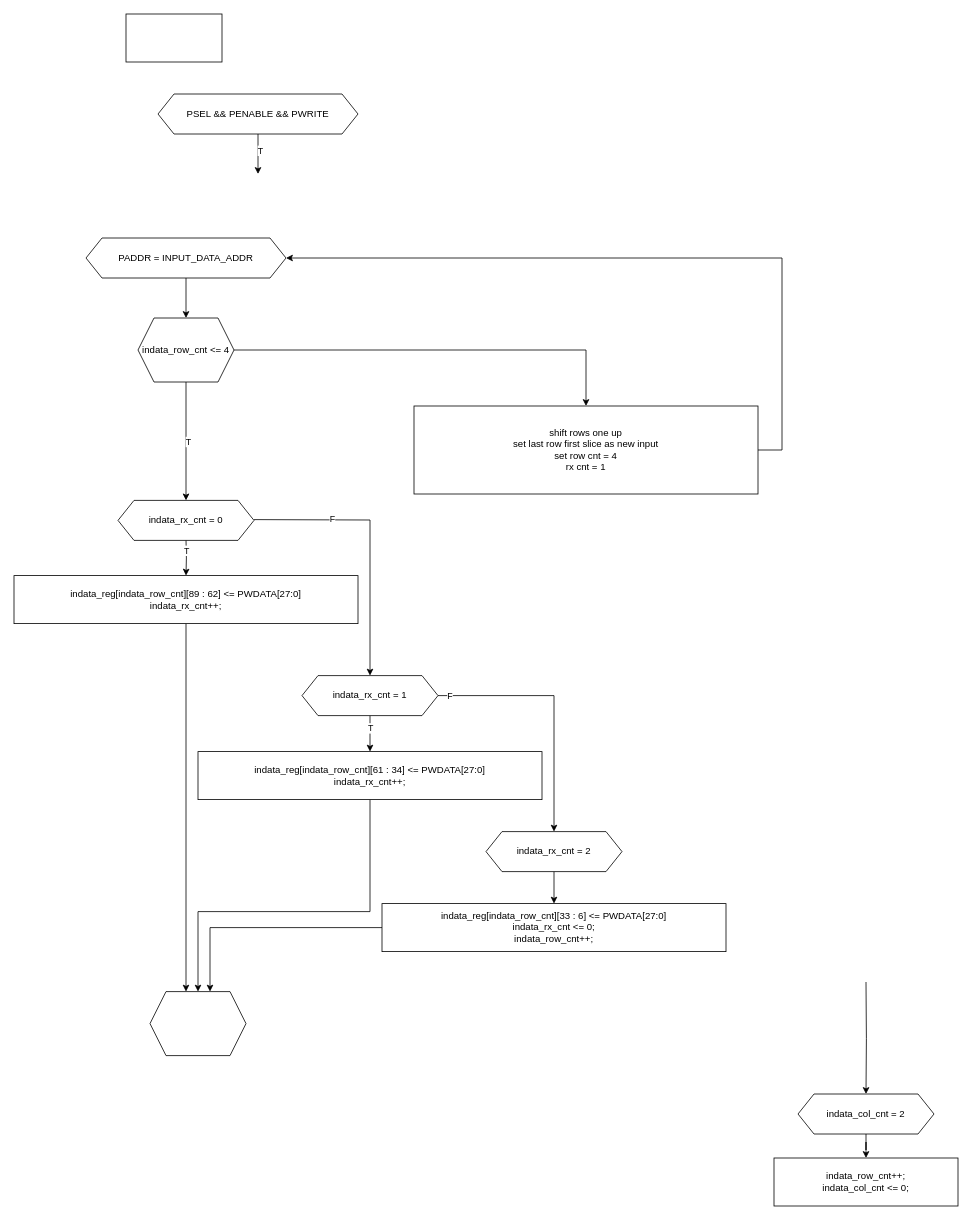
Before: page "APB Input Data Write" (6 of 7) of Diagrams.drawio in thevenus/etin35-pulpino, a draw.io diagram. Source tidied: cells renumbered, new cells numbered last; positions are measured from the earlier drawing's top-left corner, leaving out a move shared by most shapes. Both pictures are drawn from the tidied source at 80%, with x=0, y=0 at pixel (14, 14).
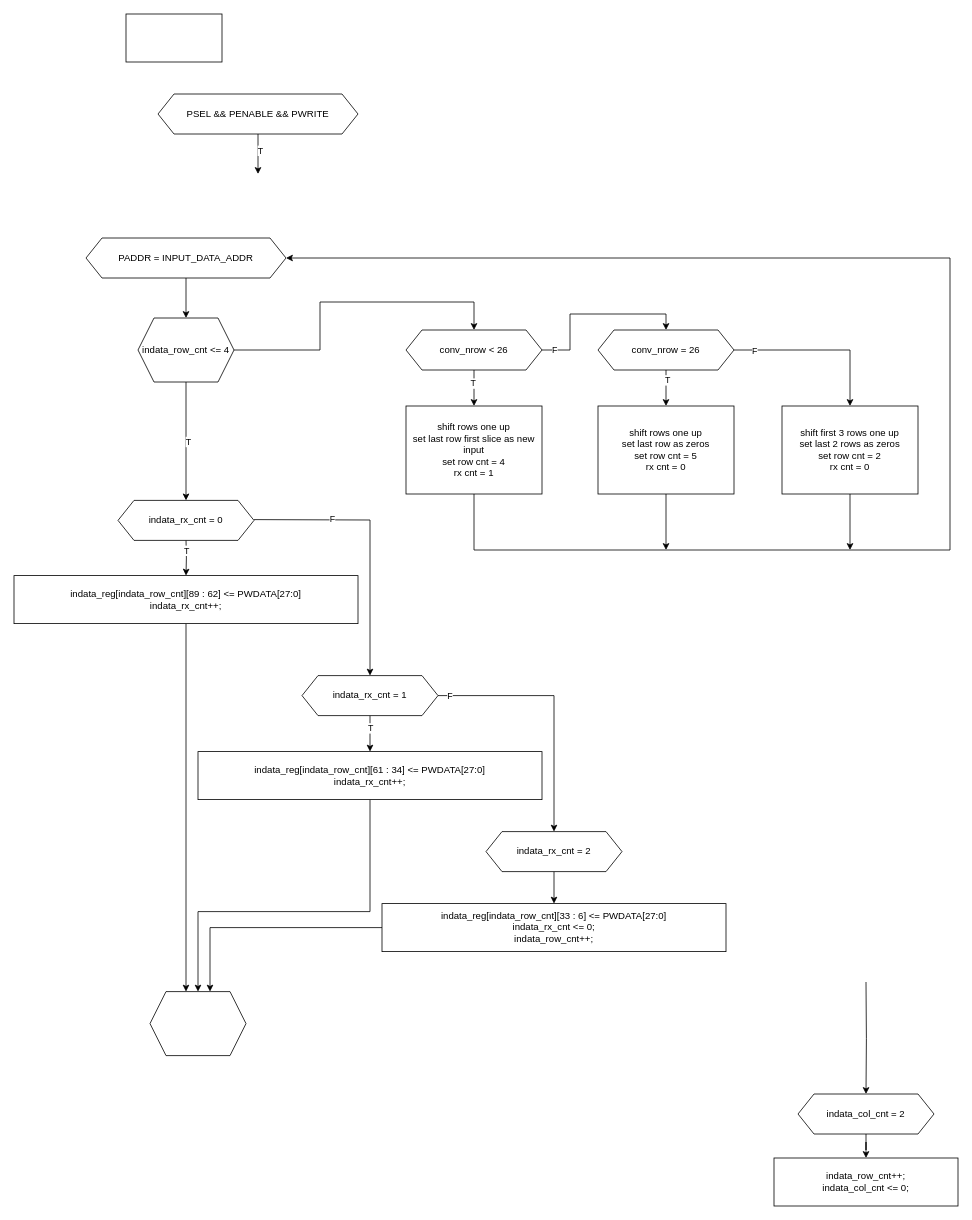
Above is the later version.

Unchanged cells that the change refers to:
```xml
<mxCell id="9" value="PADDR = INPUT_DATA_ADDR" style="shape=hexagon;perimeter=hexagonPerimeter2;whiteSpace=wrap;html=1;fixedSize=1;" parent="1" vertex="1">
  <mxGeometry x="90" y="280" width="250" height="50" as="geometry" />
</mxCell>
<mxCell id="35" value="indata_row_cnt &amp;lt;= 4" style="shape=hexagon;perimeter=hexagonPerimeter2;whiteSpace=wrap;html=1;fixedSize=1;" parent="1" vertex="1">
  <mxGeometry x="155" y="380" width="120" height="80" as="geometry" />
</mxCell>
```

The edit, as a diff of the source:
```diff
@@
-    <mxCell id="34" style="edgeStyle=orthogonalEdgeStyle;rounded=0;jettySize=auto;html=1;entryX=0.5;entryY=0;entryDx=0;entryDy=0;" parent="1" edge="1" source="35" target="37">
-      <mxGeometry relative="1" as="geometry" />
-    </mxCell>
+    <mxCell id="38" style="edgeStyle=orthogonalEdgeStyle;rounded=0;jettySize=auto;html=1;exitX=1;exitY=0.5;exitDx=0;exitDy=0;entryX=0.5;entryY=0;entryDx=0;entryDy=0;" parent="1" edge="1" source="35" target="43">
+      <mxGeometry relative="1" as="geometry" />
+    </mxCell>
@@
     <mxCell id="36" style="edgeStyle=orthogonalEdgeStyle;rounded=0;jettySize=auto;html=1;entryX=1;entryY=0.5;entryDx=0;entryDy=0;" parent="1" edge="1" source="37" target="9">
       <mxGeometry relative="1" as="geometry">
         <Array as="points">
-          <mxPoint x="960" y="545" />
-          <mxPoint x="960" y="305" />
+          <mxPoint x="575" y="670" />
+          <mxPoint x="1170" y="670" />
+          <mxPoint x="1170" y="305" />
         </Array>
       </mxGeometry>
     </mxCell>
     <mxCell id="37" value="&lt;div&gt;shift rows one up&lt;/div&gt;&lt;div&gt;set last row first slice as new input&lt;/div&gt;&lt;div&gt;set row cnt = 4&lt;/div&gt;&lt;div&gt;rx cnt = 1&lt;br&gt;&lt;/div&gt;" style="whiteSpace=wrap;html=1;" parent="1" vertex="1">
-      <mxGeometry x="500" y="490" width="430" height="110" as="geometry" />
+      <mxGeometry x="490" y="490" width="170" height="110" as="geometry" />
     </mxCell>
+    <mxCell id="39" style="edgeStyle=orthogonalEdgeStyle;rounded=0;jettySize=auto;html=1;exitX=0.5;exitY=1;exitDx=0;exitDy=0;entryX=0.5;entryY=0;entryDx=0;entryDy=0;" parent="1" edge="1" source="43" target="37">
+      <mxGeometry relative="1" as="geometry" />
+    </mxCell>
+    <mxCell id="40" value="T" style="edgeLabel;html=1;align=center;verticalAlign=middle;" parent="39" vertex="1">
+      <mxGeometry x="-0.29" y="-2" relative="1" as="geometry" />
+    </mxCell>
+    <mxCell id="41" style="edgeStyle=orthogonalEdgeStyle;rounded=0;jettySize=auto;html=1;exitX=1;exitY=0.5;exitDx=0;exitDy=0;entryX=0.5;entryY=0;entryDx=0;entryDy=0;" parent="1" edge="1" source="43" target="48">
+      <mxGeometry relative="1" as="geometry" />
+    </mxCell>
+    <mxCell id="42" value="F" style="edgeLabel;html=1;align=center;verticalAlign=middle;" parent="41" vertex="1">
+      <mxGeometry x="-0.86" y="1" relative="1" as="geometry" />
+    </mxCell>
+    <mxCell id="43" value="conv_nrow &amp;lt; 26" style="shape=hexagon;perimeter=hexagonPerimeter2;whiteSpace=wrap;html=1;fixedSize=1;" parent="1" vertex="1">
+      <mxGeometry x="490" y="395" width="170" height="50" as="geometry" />
+    </mxCell>
+    <mxCell id="44" style="edgeStyle=orthogonalEdgeStyle;rounded=0;jettySize=auto;html=1;exitX=0.5;exitY=1;exitDx=0;exitDy=0;entryX=0.5;entryY=0;entryDx=0;entryDy=0;" parent="1" edge="1" source="48" target="50">
+      <mxGeometry relative="1" as="geometry" />
+    </mxCell>
+    <mxCell id="45" value="T" style="edgeLabel;html=1;align=center;verticalAlign=middle;" parent="44" vertex="1">
+      <mxGeometry x="-0.47" y="1" relative="1" as="geometry" />
+    </mxCell>
+    <mxCell id="46" style="edgeStyle=orthogonalEdgeStyle;rounded=0;jettySize=auto;html=1;exitX=1;exitY=0.5;exitDx=0;exitDy=0;entryX=0.5;entryY=0;entryDx=0;entryDy=0;" parent="1" edge="1" source="48" target="52">
+      <mxGeometry relative="1" as="geometry" />
+    </mxCell>
+    <mxCell id="47" value="F" style="edgeLabel;html=1;align=center;verticalAlign=middle;" parent="46" vertex="1">
+      <mxGeometry x="-0.77" relative="1" as="geometry" />
+    </mxCell>
+    <mxCell id="48" value="&lt;div&gt;conv_nrow = 26&lt;/div&gt;" style="shape=hexagon;perimeter=hexagonPerimeter2;whiteSpace=wrap;html=1;fixedSize=1;" parent="1" vertex="1">
+      <mxGeometry x="730" y="395" width="170" height="50" as="geometry" />
+    </mxCell>
+    <mxCell id="49" style="edgeStyle=orthogonalEdgeStyle;rounded=0;jettySize=auto;html=1;exitX=0.5;exitY=1;exitDx=0;exitDy=0;" parent="1" edge="1" source="50">
+      <mxGeometry relative="1" as="geometry">
+        <mxPoint x="815" y="670" as="targetPoint" />
+      </mxGeometry>
+    </mxCell>
+    <mxCell id="50" value="&lt;div&gt;shift rows one up&lt;/div&gt;&lt;div&gt;set last row as zeros&lt;br&gt;&lt;/div&gt;&lt;div&gt;set row cnt = 5&lt;br&gt;&lt;/div&gt;&lt;div&gt;rx cnt = 0&lt;br&gt;&lt;/div&gt;" style="whiteSpace=wrap;html=1;" parent="1" vertex="1">
+      <mxGeometry x="730" y="490" width="170" height="110" as="geometry" />
+    </mxCell>
+    <mxCell id="51" style="edgeStyle=orthogonalEdgeStyle;rounded=0;jettySize=auto;html=1;exitX=0.5;exitY=1;exitDx=0;exitDy=0;" parent="1" edge="1" source="52">
+      <mxGeometry relative="1" as="geometry">
+        <mxPoint x="1045" y="670" as="targetPoint" />
+      </mxGeometry>
+    </mxCell>
+    <mxCell id="52" value="&lt;div&gt;shift first 3 rows one up&lt;/div&gt;&lt;div&gt;set last 2 rows as zeros&lt;br&gt;&lt;/div&gt;&lt;div&gt;set row cnt = 2&lt;br&gt;&lt;/div&gt;&lt;div&gt;rx cnt = 0&lt;br&gt;&lt;/div&gt;" style="whiteSpace=wrap;html=1;" parent="1" vertex="1">
+      <mxGeometry x="960" y="490" width="170" height="110" as="geometry" />
+    </mxCell>
```
